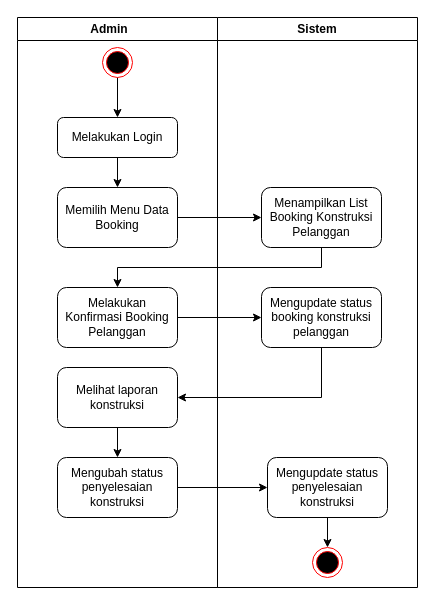
This is page "Mengelola booking" (1 of 11) of Activity Diagram Booking Konstruksi.drawio from andremp12/Matkul_Proyek-Andre-Mahesa-putra, a draw.io file, before an edit. Source tidied: cells renumbered, new cells numbered last; positions are measured from the earlier drawing's top-left corner, leaving out a move shared by most shapes. Both pictures are drawn from the tidied source at 100%, with x=0, y=0 at pixel (17, 17).
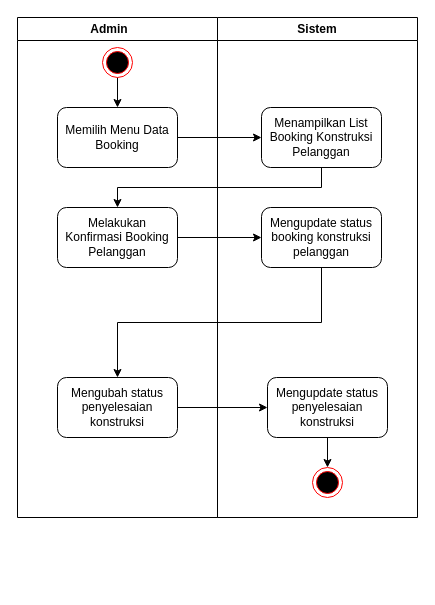
After the change.

Diff of the diagram source:
```diff
@@
     <mxCell id="2" value="Admin&lt;span style=&quot;white-space: pre;&quot;&gt;&#9;&lt;/span&gt;" style="swimlane;whiteSpace=wrap;html=1;" parent="1" vertex="1">
-      <mxGeometry width="200" height="570" as="geometry" />
+      <mxGeometry width="200" height="500" as="geometry" />
     </mxCell>
     <mxCell id="3" value="Sistem" style="swimlane;whiteSpace=wrap;html=1;startSize=23;" parent="2" vertex="1">
-      <mxGeometry x="200" width="200" height="570" as="geometry" />
+      <mxGeometry x="200" width="200" height="500" as="geometry" />
     </mxCell>
     <mxCell id="4" value="Menampilkan List Booking Konstruksi Pelanggan" style="rounded=1;whiteSpace=wrap;html=1;" parent="3" vertex="1">
-      <mxGeometry x="44" y="170" width="120" height="60" as="geometry" />
+      <mxGeometry x="44" y="90" width="120" height="60" as="geometry" />
     </mxCell>
     <mxCell id="5" value="Mengupdate status booking konstruksi pelanggan" style="rounded=1;whiteSpace=wrap;html=1;" parent="3" vertex="1">
-      <mxGeometry x="44" y="270" width="120" height="60" as="geometry" />
+      <mxGeometry x="44" y="190" width="120" height="60" as="geometry" />
     </mxCell>
@@
     <mxCell id="7" value="Mengupdate status penyelesaian konstruksi" style="rounded=1;whiteSpace=wrap;html=1;" parent="3" vertex="1">
-      <mxGeometry x="50" y="440" width="120" height="60" as="geometry" />
+      <mxGeometry x="50" y="360" width="120" height="60" as="geometry" />
     </mxCell>
     <mxCell id="8" style="ellipse;html=1;shape=endState;fillColor=#000000;strokeColor=#ff0000;" parent="3" vertex="1">
-      <mxGeometry x="95" y="530" width="30" height="30" as="geometry" />
+      <mxGeometry x="95" y="450" width="30" height="30" as="geometry" />
     </mxCell>
-    <mxCell id="9" style="edgeStyle=orthogonalEdgeStyle;rounded=0;jettySize=auto;html=1;" parent="2" edge="1" source="10" target="12">
-      <mxGeometry relative="1" as="geometry" />
-    </mxCell>
-    <mxCell id="10" style="ellipse;html=1;shape=endState;fillColor=#000000;strokeColor=#ff0000;" parent="2" vertex="1">
-      <mxGeometry x="85" y="30" width="30" height="30" as="geometry" />
-    </mxCell>
-    <mxCell id="11" style="edgeStyle=orthogonalEdgeStyle;rounded=0;jettySize=auto;html=1;entryX=0.5;entryY=0;entryDx=0;entryDy=0;" parent="2" edge="1" source="12" target="14">
-      <mxGeometry relative="1" as="geometry" />
+    <mxCell id="11" style="edgeStyle=orthogonalEdgeStyle;rounded=0;jettySize=auto;html=1;entryX=0.5;entryY=0;entryDx=0;entryDy=0;" parent="3" edge="1" target="14">
+      <mxGeometry relative="1" as="geometry">
+        <mxPoint x="-100" y="60" as="sourcePoint" />
+      </mxGeometry>
     </mxCell>
-    <mxCell id="12" value="Melakukan Login" style="rounded=1;whiteSpace=wrap;html=1;" parent="2" vertex="1">
-      <mxGeometry x="40" y="100" width="120" height="40" as="geometry" />
-    </mxCell>
-    <mxCell id="13" style="edgeStyle=orthogonalEdgeStyle;rounded=0;jettySize=auto;html=1;" parent="2" edge="1" source="14" target="4">
+    <mxCell id="13" style="edgeStyle=orthogonalEdgeStyle;rounded=0;jettySize=auto;html=1;" parent="3" edge="1" source="14" target="4">
       <mxGeometry relative="1" as="geometry" />
     </mxCell>
-    <mxCell id="14" value="Memilih Menu Data Booking" style="rounded=1;whiteSpace=wrap;html=1;" parent="2" vertex="1">
-      <mxGeometry x="40" y="170" width="120" height="60" as="geometry" />
+    <mxCell id="14" value="Memilih Menu Data Booking" style="rounded=1;whiteSpace=wrap;html=1;" parent="3" vertex="1">
+      <mxGeometry x="-160" y="90" width="120" height="60" as="geometry" />
     </mxCell>
-    <mxCell id="15" style="edgeStyle=orthogonalEdgeStyle;rounded=0;jettySize=auto;html=1;entryX=1;entryY=0.5;entryDx=0;entryDy=0;exitX=0.5;exitY=1;exitDx=0;exitDy=0;" parent="2" edge="1" source="5" target="18">
+    <mxCell id="15" style="edgeStyle=orthogonalEdgeStyle;rounded=0;jettySize=auto;html=1;entryX=0.5;entryY=0;entryDx=0;entryDy=0;exitX=0.5;exitY=1;exitDx=0;exitDy=0;" parent="3" edge="1" source="5" target="20">
       <mxGeometry relative="1" as="geometry" />
     </mxCell>
-    <mxCell id="16" value="Melakukan Konfirmasi Booking Pelanggan" style="rounded=1;whiteSpace=wrap;html=1;" parent="2" vertex="1">
-      <mxGeometry x="40" y="270" width="120" height="60" as="geometry" />
+    <mxCell id="16" value="Melakukan Konfirmasi Booking Pelanggan" style="rounded=1;whiteSpace=wrap;html=1;" parent="3" vertex="1">
+      <mxGeometry x="-160" y="190" width="120" height="60" as="geometry" />
     </mxCell>
-    <mxCell id="17" style="edgeStyle=orthogonalEdgeStyle;rounded=0;jettySize=auto;html=1;" parent="2" edge="1" source="18" target="20">
-      <mxGeometry relative="1" as="geometry" />
-    </mxCell>
-    <mxCell id="18" value="Melihat laporan konstruksi" style="rounded=1;whiteSpace=wrap;html=1;" parent="2" vertex="1">
-      <mxGeometry x="40" y="350" width="120" height="60" as="geometry" />
-    </mxCell>
-    <mxCell id="19" style="edgeStyle=orthogonalEdgeStyle;rounded=0;jettySize=auto;html=1;" parent="2" edge="1" source="20" target="7">
+    <mxCell id="19" style="edgeStyle=orthogonalEdgeStyle;rounded=0;jettySize=auto;html=1;" parent="3" edge="1" source="20" target="7">
       <mxGeometry relative="1" as="geometry" />
     </mxCell>
-    <mxCell id="20" value="Mengubah status penyelesaian konstruksi" style="rounded=1;whiteSpace=wrap;html=1;" parent="2" vertex="1">
-      <mxGeometry x="40" y="440" width="120" height="60" as="geometry" />
+    <mxCell id="20" value="Mengubah status penyelesaian konstruksi" style="rounded=1;whiteSpace=wrap;html=1;" parent="3" vertex="1">
+      <mxGeometry x="-160" y="360" width="120" height="60" as="geometry" />
     </mxCell>
-    <mxCell id="21" style="edgeStyle=orthogonalEdgeStyle;rounded=0;jettySize=auto;html=1;entryX=0;entryY=0.5;entryDx=0;entryDy=0;exitX=1;exitY=0.5;exitDx=0;exitDy=0;" parent="2" edge="1" source="16" target="5">
+    <mxCell id="21" style="edgeStyle=orthogonalEdgeStyle;rounded=0;jettySize=auto;html=1;entryX=0;entryY=0.5;entryDx=0;entryDy=0;exitX=1;exitY=0.5;exitDx=0;exitDy=0;" parent="3" edge="1" source="16" target="5">
       <mxGeometry relative="1" as="geometry" />
     </mxCell>
-    <mxCell id="22" style="edgeStyle=orthogonalEdgeStyle;rounded=0;jettySize=auto;html=1;entryX=0.5;entryY=0;entryDx=0;entryDy=0;" parent="2" edge="1" source="4" target="16">
+    <mxCell id="22" style="edgeStyle=orthogonalEdgeStyle;rounded=0;jettySize=auto;html=1;entryX=0.5;entryY=0;entryDx=0;entryDy=0;" parent="3" edge="1" source="4" target="16">
       <mxGeometry relative="1" as="geometry">
         <Array as="points">
-          <mxPoint x="304" y="250" />
-          <mxPoint x="100" y="250" />
+          <mxPoint x="104" y="170" />
+          <mxPoint x="-100" y="170" />
         </Array>
       </mxGeometry>
     </mxCell>
+    <mxCell id="10" style="ellipse;html=1;shape=endState;fillColor=#000000;strokeColor=#ff0000;" parent="2" vertex="1">
+      <mxGeometry x="85" y="30" width="30" height="30" as="geometry" />
+    </mxCell>
```
